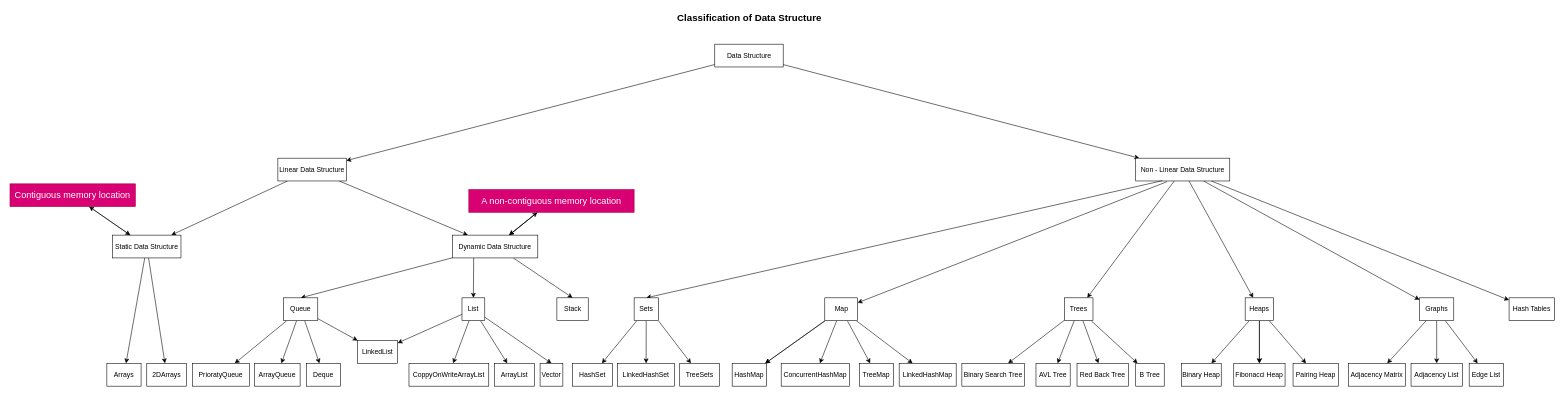
Before: src/Images/dataStructures.drawio in LiKongHou/DataStructuresAndAlgorithms, a draw.io diagram. Source tidied: cells renumbered, new cells numbered last; positions are measured from the earlier drawing's top-left corner, leaving out a move shared by most shapes. Both pictures are drawn from the tidied source at 57%, with x=0, y=0 at pixel (10, 10).
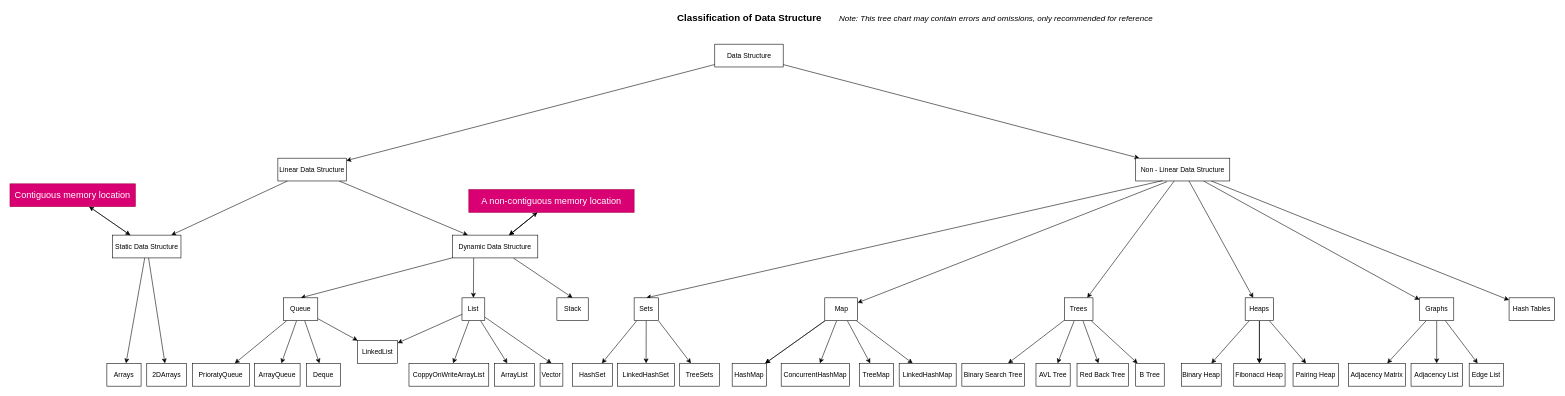
Above is the later version.

The edit, as a diff of the source:
```diff
@@
+    <mxCell id="92" value="&lt;i style=&quot;font-size: 14px;&quot;&gt;Note: This tree chart may contain errors and omissions, only recommended for reference&lt;/i&gt;" style="text;html=1;strokeColor=none;fillColor=none;align=center;verticalAlign=middle;whiteSpace=wrap;rounded=0;fontSize=14;" parent="1" vertex="1">
+      <mxGeometry x="1429.5" width="600" height="30" as="geometry" />
+    </mxCell>
```
